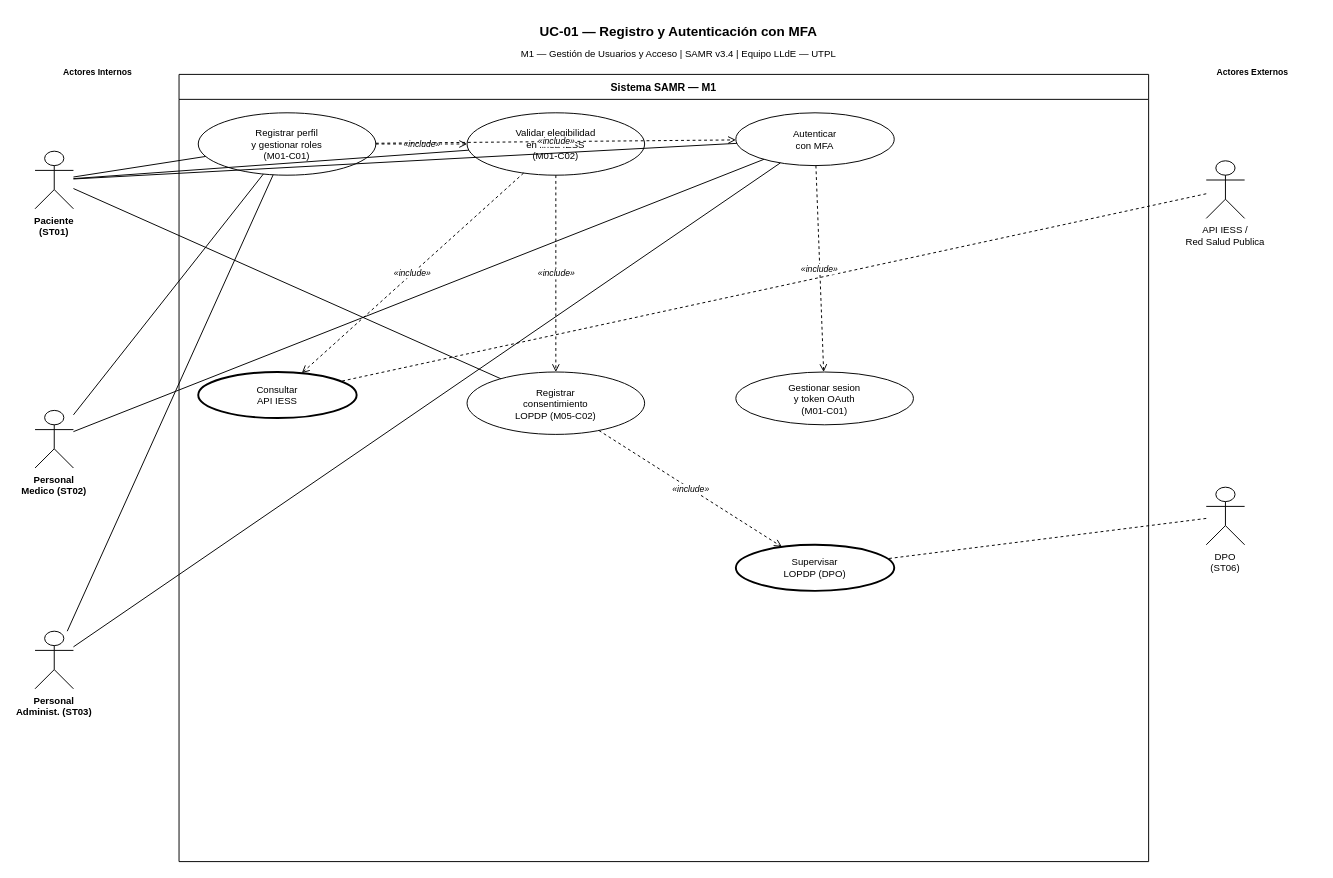
Earlier version of the draw.io diagram SAMR_CasosUso_Completos/UC-01_Registro_MFA.drawio (juliouou/IngReq1). Source tidied: cells renumbered, new cells numbered last; positions are measured from the earlier drawing's top-left corner, leaving out a move shared by most shapes. Both pictures are drawn from the tidied source at 96%, with x=0, y=0 at pixel (35, 16).
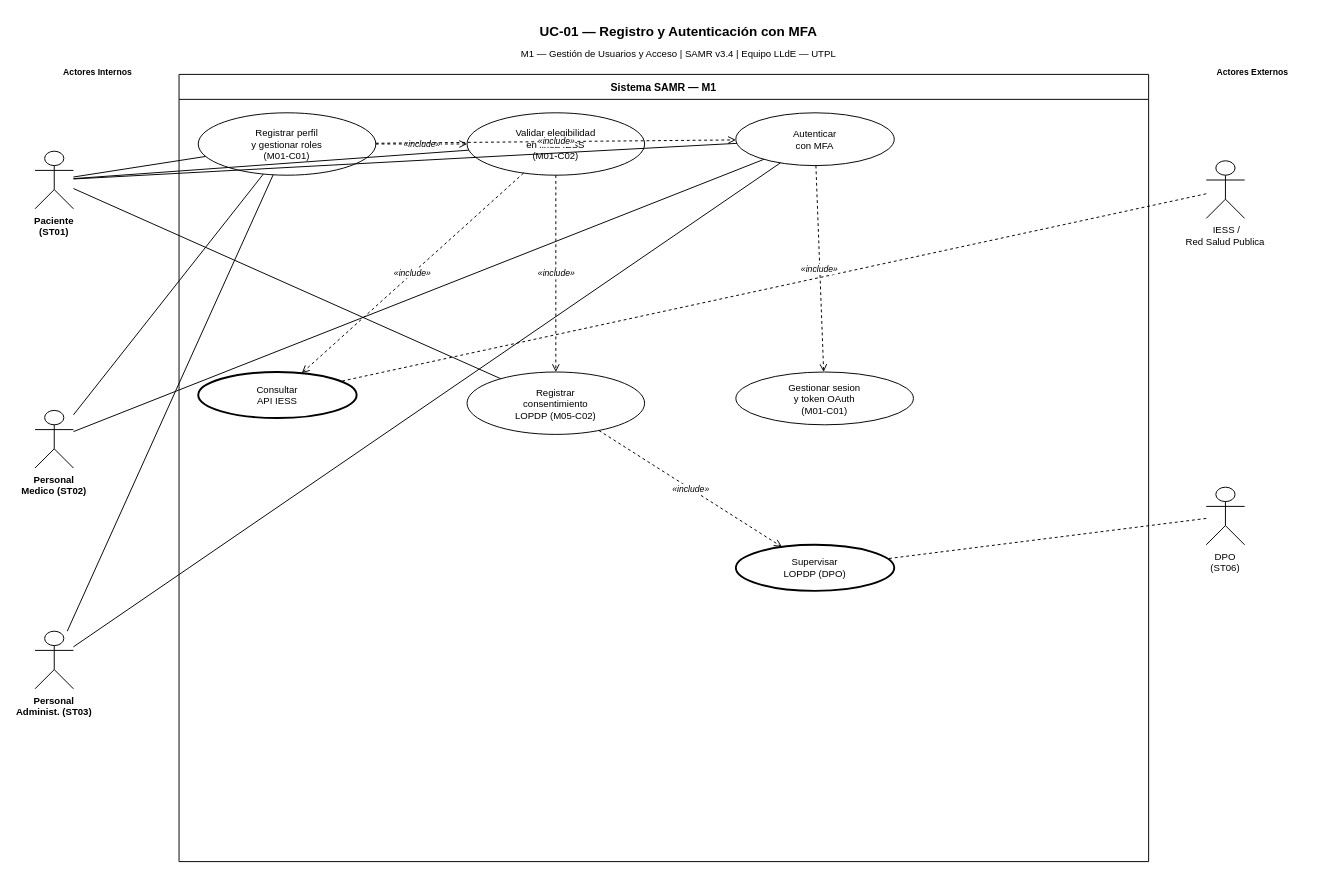
The same page after the edit.

What changed in the source:
```diff
@@
-    <mxCell id="10" value="API IESS /&#10;Red Salud Publica" style="shape=umlActor;fontStyle=0;fontSize=10;verticalLabelPosition=bottom;verticalAlign=top;align=center;" parent="1" vertex="1">
+    <mxCell id="10" value=" IESS /&#10;Red Salud Publica" style="shape=umlActor;fontStyle=0;fontSize=10;verticalLabelPosition=bottom;verticalAlign=top;align=center;" parent="1" vertex="1">
       <mxGeometry x="1220" y="150" width="40" height="60" as="geometry" />
     </mxCell>
```
